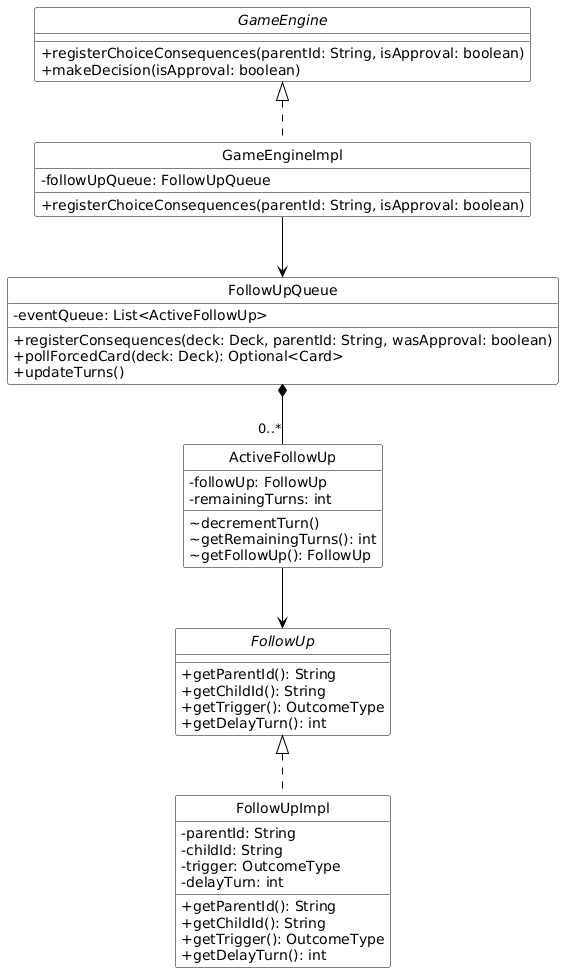
Before: docs/img/pilastro3_followup.png, a diagram exported from PlantUML (unibo-oop-projects/OOP25-FedericoLocate-MarioGiuseppeC-MarioGiuseppeC-PietroDapporto-MarioConventi-NikitaPiraino-Aurea).
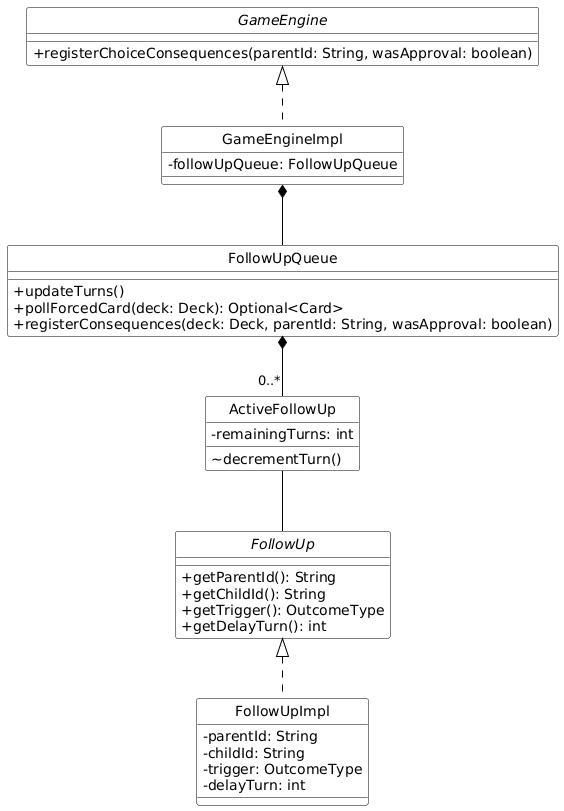
The same diagram one commit later.

The edit, as a diff of the source:
```diff
@@ -12,28 +12,22 @@
 hide circle
 
 interface GameEngine {
-    + registerChoiceConsequences(parentId: String, isApproval: boolean)
-    + makeDecision(isApproval: boolean)
+    + registerChoiceConsequences(parentId: String, wasApproval: boolean)
 }
 
 class GameEngineImpl {
     - followUpQueue: FollowUpQueue
-    + registerChoiceConsequences(parentId: String, isApproval: boolean)
 }
 
 class FollowUpQueue {
-    - eventQueue: List<ActiveFollowUp>
+    + updateTurns()
+    + pollForcedCard(deck: Deck): Optional<Card>
     + registerConsequences(deck: Deck, parentId: String, wasApproval: boolean)
-    + pollForcedCard(deck: Deck): Optional<Card>
-    + updateTurns()
 }
 
 class ActiveFollowUp {
-    - followUp: FollowUp
     - remainingTurns: int
     ~ decrementTurn()
-    ~ getRemainingTurns(): int
-    ~ getFollowUp(): FollowUp
 }
 
 interface FollowUp {
@@ -48,16 +42,13 @@
     - childId: String
     - trigger: OutcomeType
     - delayTurn: int
-    + getParentId(): String
-    + getChildId(): String
-    + getTrigger(): OutcomeType
-    + getDelayTurn(): int
 }
 
 GameEngine <|.. GameEngineImpl
 FollowUp <|.. FollowUpImpl
 
-GameEngineImpl --> FollowUpQueue
+GameEngineImpl *-- FollowUpQueue
 FollowUpQueue *-- "0..*" ActiveFollowUp
-ActiveFollowUp --> FollowUp
+
+ActiveFollowUp -- FollowUp
 @enduml
```
